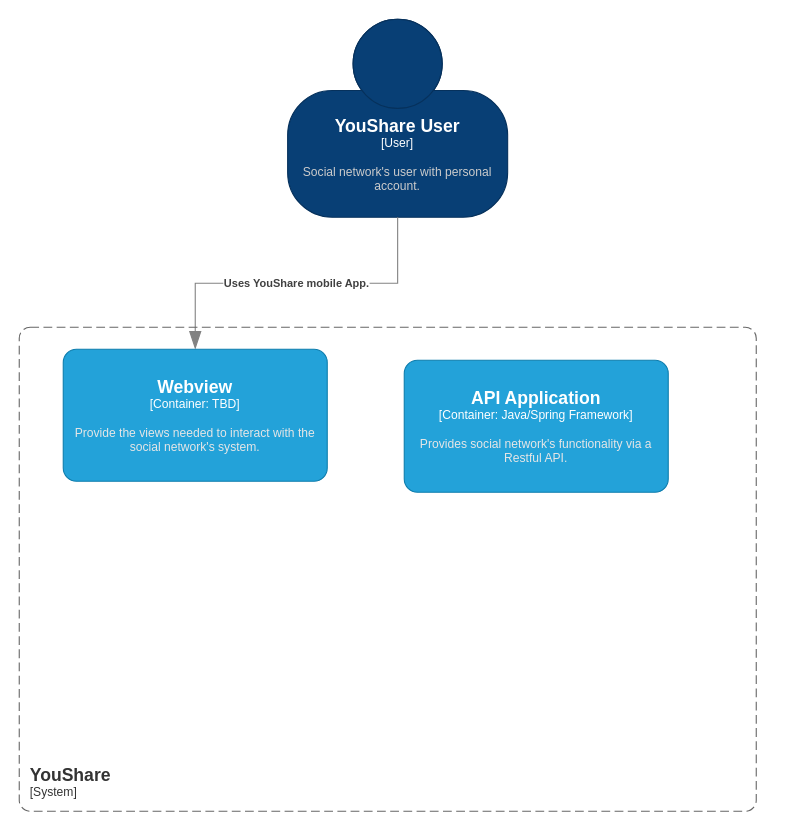
Gabe-Soares/YouShare keeps this draw.io diagram as page "Containers" (2 of 3) of Documentation/c4-model.drawio. Above is the earlier version. Source tidied: cells renumbered, new cells numbered last; positions are measured from the earlier drawing's top-left corner, leaving out a move shared by most shapes. Both pictures are drawn from the tidied source at 110%, with x=0, y=0 at pixel (19, 19).
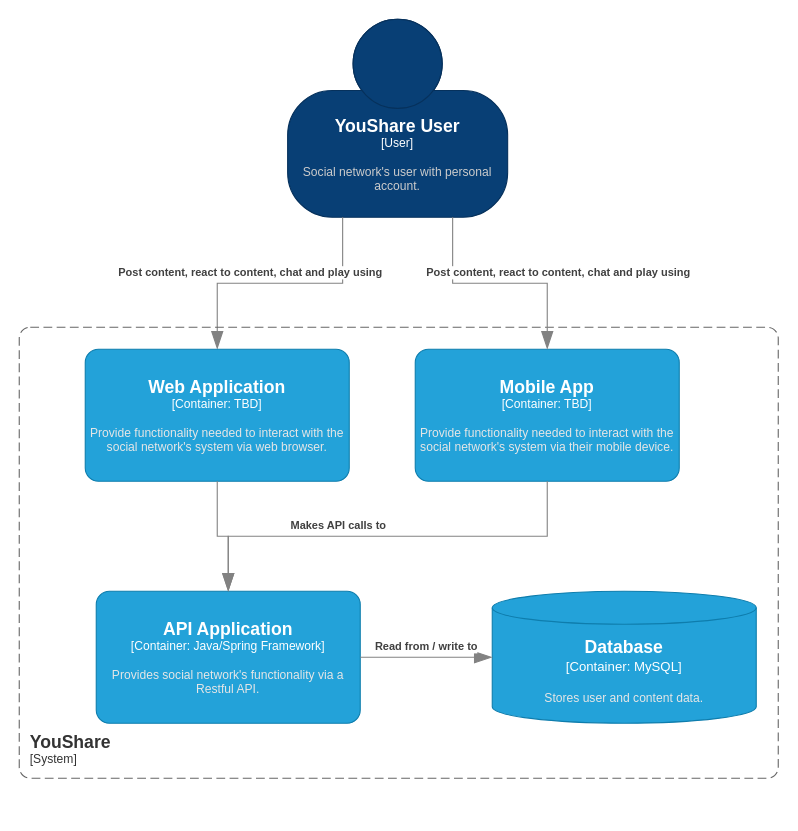
The same diagram, later.

Unchanged cells that the change refers to:
```xml
<object id="2" label="&lt;font style=&quot;font-size: 16px&quot;&gt;&lt;b&gt;%c4Name%&lt;/b&gt;&lt;/font&gt;&lt;div&gt;[%c4Type%]&lt;/div&gt;&lt;br&gt;&lt;div&gt;&lt;font style=&quot;font-size: 11px&quot;&gt;&lt;font color=&quot;#cccccc&quot;&gt;%c4Description%&lt;/font&gt;&lt;/div&gt;" c4Description="Social network's user with personal account." c4Name="YouShare User" c4Type="User" placeholders="1">
  <mxCell style="html=1;fontSize=11;dashed=0;whiteSpace=wrap;fillColor=#083F75;strokeColor=#06315C;fontColor=#ffffff;shape=mxgraph.c4.person2;align=center;points=[[0.5,0,0],[1,0.5,0],[1,0.75,0],[0.75,1,0],[0.5,1,0],[0.25,1,0],[0,0.75,0],[0,0.5,0]];" parent="1" vertex="1">
    <mxGeometry x="244" width="200" height="180" as="geometry" />
  </mxCell>
</object>
```

What changed in the source:
```diff
@@
-    <object id="3" label="&lt;div style=&quot;text-align: left&quot;&gt;&lt;div style=&quot;text-align: center&quot;&gt;&lt;b&gt;%c4Description%&lt;/b&gt;&lt;/div&gt;" c4Description="Uses YouShare mobile App." placeholders="1">
-      <mxCell style="endArrow=blockThin;html=1;fontSize=10;fontColor=#404040;strokeWidth=1;endFill=1;strokeColor=#828282;elbow=vertical;endSize=14;startSize=14;jumpStyle=arc;jumpSize=16;rounded=0;edgeStyle=orthogonalEdgeStyle;exitX=0.5;exitY=1;exitDx=0;exitDy=0;exitPerimeter=0;entryX=0.5;entryY=0;entryDx=0;entryDy=0;entryPerimeter=0;" parent="1" edge="1" source="2" target="4">
-        <mxGeometry relative="1" as="geometry" />
+    <object id="3" label="&lt;div style=&quot;text-align: left&quot;&gt;&lt;div style=&quot;text-align: center&quot;&gt;&lt;b&gt;%c4Description%&lt;/b&gt;&lt;/div&gt;" c4Description="Post content, react to content, chat and play using" placeholders="1">
+      <mxCell style="endArrow=blockThin;html=1;fontSize=10;fontColor=#404040;strokeWidth=1;endFill=1;strokeColor=#828282;elbow=vertical;endSize=14;startSize=14;jumpStyle=arc;jumpSize=16;rounded=0;edgeStyle=orthogonalEdgeStyle;exitX=0.25;exitY=1;exitDx=0;exitDy=0;exitPerimeter=0;entryX=0.5;entryY=0;entryDx=0;entryDy=0;entryPerimeter=0;" parent="1" edge="1" source="2" target="4">
+        <mxGeometry x="0.23" y="-10" relative="1" as="geometry" />
       </mxCell>
     </object>
-    <object id="4" label="&lt;font style=&quot;font-size: 16px&quot;&gt;&lt;b&gt;%c4Name%&lt;/b&gt;&lt;/font&gt;&lt;div&gt;[%c4Type%: %c4Technology%]&lt;/div&gt;&lt;br&gt;&lt;div&gt;&lt;font style=&quot;font-size: 11px&quot;&gt;&lt;font color=&quot;#E6E6E6&quot;&gt;%c4Description%&lt;/font&gt;&lt;/div&gt;" c4Description="Provide the views needed to interact with the social network's system." c4Name="Webview" c4Technology="TBD" c4Type="Container" placeholders="1">
+    <object id="4" label="&lt;font style=&quot;font-size: 16px&quot;&gt;&lt;b&gt;%c4Name%&lt;/b&gt;&lt;/font&gt;&lt;div&gt;[%c4Type%: %c4Technology%]&lt;/div&gt;&lt;br&gt;&lt;div&gt;&lt;font style=&quot;font-size: 11px&quot;&gt;&lt;font color=&quot;#E6E6E6&quot;&gt;%c4Description%&lt;/font&gt;&lt;/div&gt;" c4Description="Provide functionality needed to interact with the social network's system via web browser." c4Name="Web Application" c4Technology="TBD" c4Type="Container" placeholders="1">
       <mxCell style="rounded=1;whiteSpace=wrap;html=1;fontSize=11;labelBackgroundColor=none;fillColor=#23A2D9;fontColor=#ffffff;align=center;arcSize=10;strokeColor=#0E7DAD;points=[[0.25,0,0],[0.5,0,0],[0.75,0,0],[1,0.25,0],[1,0.5,0],[1,0.75,0],[0.75,1,0],[0.5,1,0],[0.25,1,0],[0,0.75,0],[0,0.5,0],[0,0.25,0]];" parent="1" vertex="1">
-        <mxGeometry x="40" y="300" width="240" height="120" as="geometry" />
+        <mxGeometry x="60" y="300" width="240" height="120" as="geometry" />
       </mxCell>
     </object>
     <object id="5" label="&lt;font style=&quot;font-size: 16px&quot;&gt;&lt;b&gt;&lt;div style=&quot;text-align: left&quot;&gt;%c4Name%&lt;/div&gt;&lt;/b&gt;&lt;/font&gt;&lt;div style=&quot;text-align: left&quot;&gt;[%c4Application%]&lt;/div&gt;" c4Application="System" c4Name="YouShare" placeholders="1">
       <mxCell style="rounded=1;fontSize=11;whiteSpace=wrap;html=1;dashed=1;arcSize=20;fillColor=none;strokeColor=#666666;fontColor=#333333;labelBackgroundColor=none;align=left;verticalAlign=bottom;labelBorderColor=none;spacingTop=0;spacing=10;dashPattern=8 4;perimeter=rectanglePerimeter;noLabel=0;labelPadding=0;absoluteArcSize=1;" parent="1" vertex="1">
-        <mxGeometry y="280" width="670" height="440" as="geometry" />
+        <mxGeometry y="280" width="690" height="410" as="geometry" />
       </mxCell>
     </object>
     <object id="6" label="&lt;font style=&quot;font-size: 16px&quot;&gt;&lt;b&gt;%c4Name%&lt;/b&gt;&lt;/font&gt;&lt;div&gt;[%c4Type%: %c4Technology%]&lt;/div&gt;&lt;br&gt;&lt;div&gt;&lt;font style=&quot;font-size: 11px&quot;&gt;&lt;font color=&quot;#E6E6E6&quot;&gt;%c4Description%&lt;/font&gt;&lt;/div&gt;" c4Description="Provides social network's functionality via a Restful API." c4Name="API Application" c4Technology="Java/Spring Framework" c4Type="Container" placeholders="1">
       <mxCell style="rounded=1;whiteSpace=wrap;html=1;fontSize=11;labelBackgroundColor=none;fillColor=#23A2D9;fontColor=#ffffff;align=center;arcSize=10;strokeColor=#0E7DAD;points=[[0.25,0,0],[0.5,0,0],[0.75,0,0],[1,0.25,0],[1,0.5,0],[1,0.75,0],[0.75,1,0],[0.5,1,0],[0.25,1,0],[0,0.75,0],[0,0.5,0],[0,0.25,0]];" parent="1" vertex="1">
-        <mxGeometry x="350" y="310" width="240" height="120" as="geometry" />
+        <mxGeometry x="70" y="520" width="240" height="120" as="geometry" />
       </mxCell>
     </object>
+    <object id="7" label="&lt;font style=&quot;font-size: 16px&quot;&gt;&lt;b&gt;%c4Name%&lt;/b&gt;&lt;/font&gt;&lt;div&gt;[%c4Type%: %c4Technology%]&lt;/div&gt;&lt;br&gt;&lt;div&gt;&lt;font style=&quot;font-size: 11px&quot;&gt;&lt;font color=&quot;#E6E6E6&quot;&gt;%c4Description%&lt;/font&gt;&lt;/div&gt;" c4Description="Provide functionality needed to interact with the social network's system via their mobile device." c4Name="Mobile App" c4Technology="TBD" c4Type="Container" placeholders="1">
+      <mxCell style="rounded=1;whiteSpace=wrap;html=1;fontSize=11;labelBackgroundColor=none;fillColor=#23A2D9;fontColor=#ffffff;align=center;arcSize=10;strokeColor=#0E7DAD;points=[[0.25,0,0],[0.5,0,0],[0.75,0,0],[1,0.25,0],[1,0.5,0],[1,0.75,0],[0.75,1,0],[0.5,1,0],[0.25,1,0],[0,0.75,0],[0,0.5,0],[0,0.25,0]];" parent="1" vertex="1">
+        <mxGeometry x="360" y="300" width="240" height="120" as="geometry" />
+      </mxCell>
+    </object>
+    <object id="8" label="&lt;div style=&quot;text-align: left&quot;&gt;&lt;div style=&quot;text-align: center&quot;&gt;&lt;b&gt;%c4Description%&lt;/b&gt;&lt;/div&gt;" c4Description="Post content, react to content, chat and play using" placeholders="1">
+      <mxCell style="endArrow=blockThin;html=1;fontSize=10;fontColor=#404040;strokeWidth=1;endFill=1;strokeColor=#828282;elbow=vertical;endSize=14;startSize=14;jumpStyle=arc;jumpSize=16;rounded=0;edgeStyle=orthogonalEdgeStyle;exitX=0.75;exitY=1;exitDx=0;exitDy=0;exitPerimeter=0;entryX=0.5;entryY=0;entryDx=0;entryDy=0;entryPerimeter=0;" parent="1" edge="1" source="2" target="7">
+        <mxGeometry x="0.42" y="14" relative="1" as="geometry">
+          <mxPoint x="-4" y="-10" as="offset" />
+        </mxGeometry>
+      </mxCell>
+    </object>
+    <object id="9" label="&lt;div style=&quot;text-align: left&quot;&gt;&lt;div style=&quot;text-align: center&quot;&gt;&lt;b&gt;%c4Description%&lt;/b&gt;&lt;/div&gt;" c4Description="Makes API calls to" placeholders="1">
+      <mxCell style="endArrow=blockThin;html=1;fontSize=10;fontColor=#404040;strokeWidth=1;endFill=1;strokeColor=#828282;elbow=vertical;endSize=14;startSize=14;jumpStyle=arc;jumpSize=16;rounded=0;edgeStyle=orthogonalEdgeStyle;exitX=0.5;exitY=1;exitDx=0;exitDy=0;exitPerimeter=0;entryX=0.5;entryY=0;entryDx=0;entryDy=0;entryPerimeter=0;" parent="1" edge="1" source="4" target="6">
+        <mxGeometry x="0.09" y="100" relative="1" as="geometry">
+          <mxPoint y="-10" as="offset" />
+        </mxGeometry>
+      </mxCell>
+    </object>
+    <object id="10" label="&lt;div style=&quot;text-align: left&quot;&gt;&lt;div style=&quot;text-align: center&quot;&gt;&lt;b&gt;%c4Description%&lt;/b&gt;&lt;/div&gt;" c4Description="" placeholders="1">
+      <mxCell style="endArrow=blockThin;html=1;fontSize=10;fontColor=#404040;strokeWidth=1;endFill=1;strokeColor=#828282;elbow=vertical;endSize=14;startSize=14;jumpStyle=arc;jumpSize=16;rounded=0;edgeStyle=orthogonalEdgeStyle;exitX=0.5;exitY=1;exitDx=0;exitDy=0;exitPerimeter=0;entryX=0.5;entryY=0;entryDx=0;entryDy=0;entryPerimeter=0;" parent="1" edge="1" source="7" target="6">
+        <mxGeometry relative="1" as="geometry" />
+      </mxCell>
+    </object>
+    <object id="11" label="&lt;font style=&quot;font-size: 16px&quot;&gt;&lt;b&gt;%c4Name%&lt;/b&gt;&lt;/font&gt;&lt;div&gt;[%c4Type%:&amp;nbsp;%c4Technology%]&lt;/div&gt;&lt;br&gt;&lt;div&gt;&lt;font style=&quot;font-size: 11px&quot;&gt;&lt;font color=&quot;#E6E6E6&quot;&gt;%c4Description%&lt;/font&gt;&lt;/div&gt;" c4Description="Stores user and content data." c4Name="Database" c4Technology="MySQL" c4Type="Container" placeholders="1">
+      <mxCell style="shape=cylinder3;size=15;whiteSpace=wrap;html=1;boundedLbl=1;rounded=0;labelBackgroundColor=none;fillColor=#23A2D9;fontSize=12;fontColor=#ffffff;align=center;strokeColor=#0E7DAD;points=[[0.5,0,0],[1,0.25,0],[1,0.5,0],[1,0.75,0],[0.5,1,0],[0,0.75,0],[0,0.5,0],[0,0.25,0]];" parent="1" vertex="1">
+        <mxGeometry x="430" y="520" width="240" height="120" as="geometry" />
+      </mxCell>
+    </object>
+    <object id="12" label="&lt;div style=&quot;text-align: left&quot;&gt;&lt;div style=&quot;text-align: center&quot;&gt;&lt;b&gt;%c4Description%&lt;/b&gt;&lt;/div&gt;" c4Description="Read from / write to" placeholders="1">
+      <mxCell style="endArrow=blockThin;html=1;fontSize=10;fontColor=#404040;strokeWidth=1;endFill=1;strokeColor=#828282;elbow=vertical;endSize=14;startSize=14;jumpStyle=arc;jumpSize=16;rounded=0;edgeStyle=orthogonalEdgeStyle;exitX=1;exitY=0.5;exitDx=0;exitDy=0;exitPerimeter=0;entryX=0;entryY=0.5;entryDx=0;entryDy=0;entryPerimeter=0;" parent="1" edge="1" source="6" target="11">
+        <mxGeometry y="10" relative="1" as="geometry" />
+      </mxCell>
+    </object>
```
